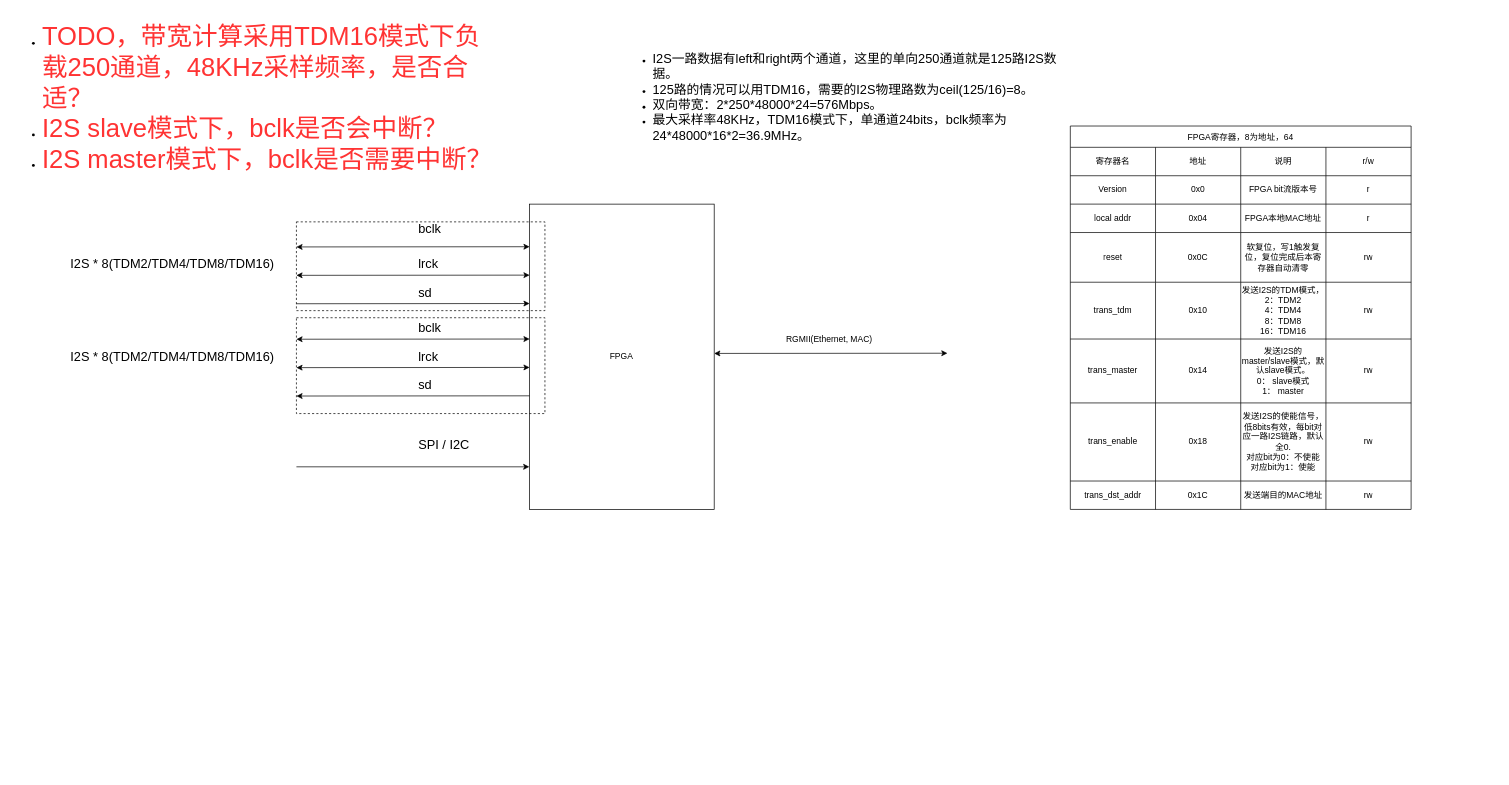
Earlier version of the draw.io diagram page "FPGA方案" (2 of 2) of Audio-Ethernet.drawio (gdhzyz/draws). Source tidied: cells renumbered, new cells numbered last; positions are measured from the earlier drawing's top-left corner, leaving out a move shared by most shapes. Both pictures are drawn from the tidied source at 71%, with x=0, y=0 at pixel (12, 40).
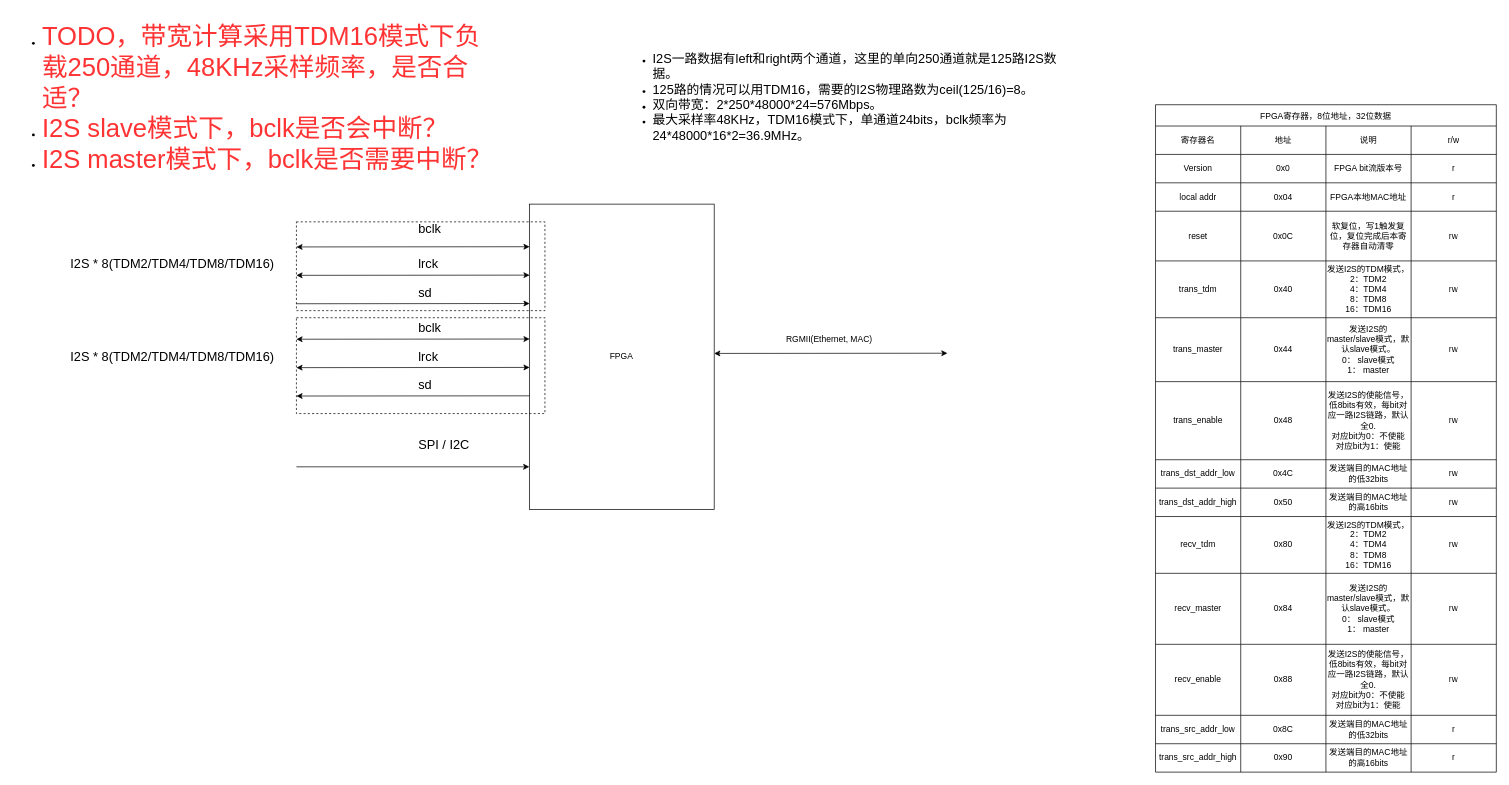
After the change.

Unchanged cells that the change refers to:
```xml
<mxCell id="46" style="shape=tableRow;horizontal=0;startSize=0;swimlaneHead=0;swimlaneBody=0;strokeColor=inherit;top=0;left=0;bottom=0;right=0;fillColor=none;" parent="25" vertex="1">
  <mxGeometry y="220" width="480" height="80" as="geometry" />
</mxCell>
<mxCell id="51" style="shape=tableRow;horizontal=0;startSize=0;swimlaneHead=0;swimlaneBody=0;strokeColor=inherit;top=0;left=0;bottom=0;right=0;fillColor=none;" parent="25" vertex="1">
  <mxGeometry y="300" width="480" height="90" as="geometry" />
</mxCell>
<mxCell id="56" style="shape=tableRow;horizontal=0;startSize=0;swimlaneHead=0;swimlaneBody=0;strokeColor=inherit;top=0;left=0;bottom=0;right=0;fillColor=none;" parent="25" vertex="1">
  <mxGeometry y="390" width="480" height="110" as="geometry" />
</mxCell>
<mxCell id="61" style="shape=tableRow;horizontal=0;startSize=0;swimlaneHead=0;swimlaneBody=0;strokeColor=inherit;top=0;left=0;bottom=0;right=0;fillColor=none;" parent="25" vertex="1">
  <mxGeometry y="500" width="480" height="40" as="geometry" />
</mxCell>
```

What changed in the source:
```diff
@@
-    <mxCell id="25" value="FPGA寄存器，8为地址，64" style="shape=table;startSize=30;childLayout=tableLayout;" parent="1" vertex="1">
-      <mxGeometry x="1490" y="120" width="480" height="540" as="geometry" />
+    <mxCell id="25" value="FPGA寄存器，8位地址，32位数据" style="shape=table;startSize=30;childLayout=tableLayout;" parent="1" vertex="1">
+      <mxGeometry x="1610" y="90" width="480" height="940" as="geometry" />
     </mxCell>
@@
-    <mxCell id="48" value="0x10" style="shape=partialRectangle;html=1;whiteSpace=wrap;strokeColor=inherit;overflow=hidden;fillColor=none;top=0;left=0;bottom=0;right=0;" parent="46" vertex="1">
+    <mxCell id="48" value="0x40" style="shape=partialRectangle;html=1;whiteSpace=wrap;strokeColor=inherit;overflow=hidden;fillColor=none;top=0;left=0;bottom=0;right=0;" parent="46" vertex="1">
       <mxGeometry x="120" width="120" height="80" as="geometry" />
     </mxCell>
@@
-    <mxCell id="53" value="0x14" style="shape=partialRectangle;html=1;whiteSpace=wrap;strokeColor=inherit;overflow=hidden;fillColor=none;top=0;left=0;bottom=0;right=0;" parent="51" vertex="1">
+    <mxCell id="53" value="0x44" style="shape=partialRectangle;html=1;whiteSpace=wrap;strokeColor=inherit;overflow=hidden;fillColor=none;top=0;left=0;bottom=0;right=0;" parent="51" vertex="1">
       <mxGeometry x="120" width="120" height="90" as="geometry" />
     </mxCell>
@@
-    <mxCell id="58" value="0x18" style="shape=partialRectangle;html=1;whiteSpace=wrap;strokeColor=inherit;overflow=hidden;fillColor=none;top=0;left=0;bottom=0;right=0;" parent="56" vertex="1">
+    <mxCell id="58" value="0x48" style="shape=partialRectangle;html=1;whiteSpace=wrap;strokeColor=inherit;overflow=hidden;fillColor=none;top=0;left=0;bottom=0;right=0;" parent="56" vertex="1">
       <mxGeometry x="120" width="120" height="110" as="geometry" />
     </mxCell>
@@
-    <mxCell id="62" value="trans_dst_addr" style="shape=partialRectangle;html=1;whiteSpace=wrap;strokeColor=inherit;overflow=hidden;fillColor=none;top=0;left=0;bottom=0;right=0;" parent="61" vertex="1">
+    <mxCell id="62" value="trans_dst_addr_low" style="shape=partialRectangle;html=1;whiteSpace=wrap;strokeColor=inherit;overflow=hidden;fillColor=none;top=0;left=0;bottom=0;right=0;" parent="61" vertex="1">
       <mxGeometry width="120" height="40" as="geometry" />
     </mxCell>
-    <mxCell id="63" value="0x1C" style="shape=partialRectangle;html=1;whiteSpace=wrap;strokeColor=inherit;overflow=hidden;fillColor=none;top=0;left=0;bottom=0;right=0;" parent="61" vertex="1">
+    <mxCell id="63" value="0x4C" style="shape=partialRectangle;html=1;whiteSpace=wrap;strokeColor=inherit;overflow=hidden;fillColor=none;top=0;left=0;bottom=0;right=0;" parent="61" vertex="1">
       <mxGeometry x="120" width="120" height="40" as="geometry" />
     </mxCell>
-    <mxCell id="64" value="发送端目的MAC地址" style="shape=partialRectangle;html=1;whiteSpace=wrap;strokeColor=inherit;overflow=hidden;fillColor=none;top=0;left=0;bottom=0;right=0;" parent="61" vertex="1">
+    <mxCell id="64" value="发送端目的MAC地址的低32bits" style="shape=partialRectangle;html=1;whiteSpace=wrap;strokeColor=inherit;overflow=hidden;fillColor=none;top=0;left=0;bottom=0;right=0;" parent="61" vertex="1">
       <mxGeometry x="240" width="120" height="40" as="geometry" />
     </mxCell>
@@
+    <mxCell id="66" style="shape=tableRow;horizontal=0;startSize=0;swimlaneHead=0;swimlaneBody=0;strokeColor=inherit;top=0;left=0;bottom=0;right=0;fillColor=none;" parent="25" vertex="1">
+      <mxGeometry y="540" width="480" height="40" as="geometry" />
+    </mxCell>
+    <mxCell id="67" value="trans_dst_addr_high" style="shape=partialRectangle;html=1;whiteSpace=wrap;strokeColor=inherit;overflow=hidden;fillColor=none;top=0;left=0;bottom=0;right=0;" parent="66" vertex="1">
+      <mxGeometry width="120" height="40" as="geometry" />
+    </mxCell>
+    <mxCell id="68" value="0x50" style="shape=partialRectangle;html=1;whiteSpace=wrap;strokeColor=inherit;overflow=hidden;fillColor=none;top=0;left=0;bottom=0;right=0;" parent="66" vertex="1">
+      <mxGeometry x="120" width="120" height="40" as="geometry" />
+    </mxCell>
+    <mxCell id="69" value="发送端目的MAC地址的高16bits" style="shape=partialRectangle;html=1;whiteSpace=wrap;strokeColor=inherit;overflow=hidden;fillColor=none;top=0;left=0;bottom=0;right=0;" parent="66" vertex="1">
+      <mxGeometry x="240" width="120" height="40" as="geometry" />
+    </mxCell>
+    <mxCell id="70" value="rw" style="shape=partialRectangle;html=1;whiteSpace=wrap;strokeColor=inherit;overflow=hidden;fillColor=none;top=0;left=0;bottom=0;right=0;" parent="66" vertex="1">
+      <mxGeometry x="360" width="120" height="40" as="geometry" />
+    </mxCell>
+    <mxCell id="71" style="shape=tableRow;horizontal=0;startSize=0;swimlaneHead=0;swimlaneBody=0;strokeColor=inherit;top=0;left=0;bottom=0;right=0;fillColor=none;" parent="25" vertex="1">
+      <mxGeometry y="580" width="480" height="80" as="geometry" />
+    </mxCell>
+    <mxCell id="72" value="recv_tdm" style="shape=partialRectangle;html=1;whiteSpace=wrap;strokeColor=inherit;overflow=hidden;fillColor=none;top=0;left=0;bottom=0;right=0;" parent="71" vertex="1">
+      <mxGeometry width="120" height="80" as="geometry" />
+    </mxCell>
+    <mxCell id="73" value="0x80" style="shape=partialRectangle;html=1;whiteSpace=wrap;strokeColor=inherit;overflow=hidden;fillColor=none;top=0;left=0;bottom=0;right=0;" parent="71" vertex="1">
+      <mxGeometry x="120" width="120" height="80" as="geometry" />
+    </mxCell>
+    <mxCell id="74" value="发送I2S的TDM模式，2：TDM2&lt;div&gt;4：TDM4&lt;/div&gt;&lt;div&gt;8：TDM8&lt;/div&gt;&lt;div&gt;16：TDM16&lt;/div&gt;" style="shape=partialRectangle;html=1;whiteSpace=wrap;strokeColor=inherit;overflow=hidden;fillColor=none;top=0;left=0;bottom=0;right=0;" parent="71" vertex="1">
+      <mxGeometry x="240" width="120" height="80" as="geometry" />
+    </mxCell>
+    <mxCell id="75" value="rw" style="shape=partialRectangle;html=1;whiteSpace=wrap;strokeColor=inherit;overflow=hidden;fillColor=none;top=0;left=0;bottom=0;right=0;" parent="71" vertex="1">
+      <mxGeometry x="360" width="120" height="80" as="geometry" />
+    </mxCell>
+    <mxCell id="76" style="shape=tableRow;horizontal=0;startSize=0;swimlaneHead=0;swimlaneBody=0;strokeColor=inherit;top=0;left=0;bottom=0;right=0;fillColor=none;" parent="25" vertex="1">
+      <mxGeometry y="660" width="480" height="100" as="geometry" />
+    </mxCell>
+    <mxCell id="77" value="recv_master" style="shape=partialRectangle;html=1;whiteSpace=wrap;strokeColor=inherit;overflow=hidden;fillColor=none;top=0;left=0;bottom=0;right=0;" parent="76" vertex="1">
+      <mxGeometry width="120" height="100" as="geometry" />
+    </mxCell>
+    <mxCell id="78" value="0x84" style="shape=partialRectangle;html=1;whiteSpace=wrap;strokeColor=inherit;overflow=hidden;fillColor=none;top=0;left=0;bottom=0;right=0;" parent="76" vertex="1">
+      <mxGeometry x="120" width="120" height="100" as="geometry" />
+    </mxCell>
+    <mxCell id="79" value="发送I2S的master/slave模式，默认slave模式。&lt;div&gt;0： slave模式&lt;/div&gt;&lt;div&gt;1： master&lt;/div&gt;" style="shape=partialRectangle;html=1;whiteSpace=wrap;strokeColor=inherit;overflow=hidden;fillColor=none;top=0;left=0;bottom=0;right=0;" parent="76" vertex="1">
+      <mxGeometry x="240" width="120" height="100" as="geometry" />
+    </mxCell>
+    <mxCell id="80" value="rw" style="shape=partialRectangle;html=1;whiteSpace=wrap;strokeColor=inherit;overflow=hidden;fillColor=none;top=0;left=0;bottom=0;right=0;" parent="76" vertex="1">
+      <mxGeometry x="360" width="120" height="100" as="geometry" />
+    </mxCell>
+    <mxCell id="81" style="shape=tableRow;horizontal=0;startSize=0;swimlaneHead=0;swimlaneBody=0;strokeColor=inherit;top=0;left=0;bottom=0;right=0;fillColor=none;" parent="25" vertex="1">
+      <mxGeometry y="760" width="480" height="100" as="geometry" />
+    </mxCell>
+    <mxCell id="82" value="recv_enable" style="shape=partialRectangle;html=1;whiteSpace=wrap;strokeColor=inherit;overflow=hidden;fillColor=none;top=0;left=0;bottom=0;right=0;" parent="81" vertex="1">
+      <mxGeometry width="120" height="100" as="geometry" />
+    </mxCell>
+    <mxCell id="83" value="0x88" style="shape=partialRectangle;html=1;whiteSpace=wrap;strokeColor=inherit;overflow=hidden;fillColor=none;top=0;left=0;bottom=0;right=0;" parent="81" vertex="1">
+      <mxGeometry x="120" width="120" height="100" as="geometry" />
+    </mxCell>
+    <mxCell id="84" value="发送I2S的使能信号，低8bits有效，每bit对应一路I2S链路，默认全0.&lt;div&gt;对应bit为0：不使能&lt;/div&gt;&lt;div&gt;对应bit为1：使能&lt;/div&gt;" style="shape=partialRectangle;html=1;whiteSpace=wrap;strokeColor=inherit;overflow=hidden;fillColor=none;top=0;left=0;bottom=0;right=0;" parent="81" vertex="1">
+      <mxGeometry x="240" width="120" height="100" as="geometry" />
+    </mxCell>
+    <mxCell id="85" value="rw" style="shape=partialRectangle;html=1;whiteSpace=wrap;strokeColor=inherit;overflow=hidden;fillColor=none;top=0;left=0;bottom=0;right=0;" parent="81" vertex="1">
+      <mxGeometry x="360" width="120" height="100" as="geometry" />
+    </mxCell>
+    <mxCell id="86" style="shape=tableRow;horizontal=0;startSize=0;swimlaneHead=0;swimlaneBody=0;strokeColor=inherit;top=0;left=0;bottom=0;right=0;fillColor=none;" parent="25" vertex="1">
+      <mxGeometry y="860" width="480" height="40" as="geometry" />
+    </mxCell>
+    <mxCell id="87" value="trans_src_addr_low" style="shape=partialRectangle;html=1;whiteSpace=wrap;strokeColor=inherit;overflow=hidden;fillColor=none;top=0;left=0;bottom=0;right=0;" parent="86" vertex="1">
+      <mxGeometry width="120" height="40" as="geometry" />
+    </mxCell>
+    <mxCell id="88" value="0x8C" style="shape=partialRectangle;html=1;whiteSpace=wrap;strokeColor=inherit;overflow=hidden;fillColor=none;top=0;left=0;bottom=0;right=0;" parent="86" vertex="1">
+      <mxGeometry x="120" width="120" height="40" as="geometry" />
+    </mxCell>
+    <mxCell id="89" value="发送端目的MAC地址的低32bits" style="shape=partialRectangle;html=1;whiteSpace=wrap;strokeColor=inherit;overflow=hidden;fillColor=none;top=0;left=0;bottom=0;right=0;" parent="86" vertex="1">
+      <mxGeometry x="240" width="120" height="40" as="geometry" />
+    </mxCell>
+    <mxCell id="90" value="r" style="shape=partialRectangle;html=1;whiteSpace=wrap;strokeColor=inherit;overflow=hidden;fillColor=none;top=0;left=0;bottom=0;right=0;" parent="86" vertex="1">
+      <mxGeometry x="360" width="120" height="40" as="geometry" />
+    </mxCell>
+    <mxCell id="91" style="shape=tableRow;horizontal=0;startSize=0;swimlaneHead=0;swimlaneBody=0;strokeColor=inherit;top=0;left=0;bottom=0;right=0;fillColor=none;" parent="25" vertex="1">
+      <mxGeometry y="900" width="480" height="40" as="geometry" />
+    </mxCell>
+    <mxCell id="92" value="trans_src_addr_high" style="shape=partialRectangle;html=1;whiteSpace=wrap;strokeColor=inherit;overflow=hidden;fillColor=none;top=0;left=0;bottom=0;right=0;" parent="91" vertex="1">
+      <mxGeometry width="120" height="40" as="geometry" />
+    </mxCell>
+    <mxCell id="93" value="0x90" style="shape=partialRectangle;html=1;whiteSpace=wrap;strokeColor=inherit;overflow=hidden;fillColor=none;top=0;left=0;bottom=0;right=0;" parent="91" vertex="1">
+      <mxGeometry x="120" width="120" height="40" as="geometry" />
+    </mxCell>
+    <mxCell id="94" value="发送端目的MAC地址的高16bits" style="shape=partialRectangle;html=1;whiteSpace=wrap;strokeColor=inherit;overflow=hidden;fillColor=none;top=0;left=0;bottom=0;right=0;" parent="91" vertex="1">
+      <mxGeometry x="240" width="120" height="40" as="geometry" />
+    </mxCell>
+    <mxCell id="95" value="r" style="shape=partialRectangle;html=1;whiteSpace=wrap;strokeColor=inherit;overflow=hidden;fillColor=none;top=0;left=0;bottom=0;right=0;" parent="91" vertex="1">
+      <mxGeometry x="360" width="120" height="40" as="geometry" />
+    </mxCell>
```
